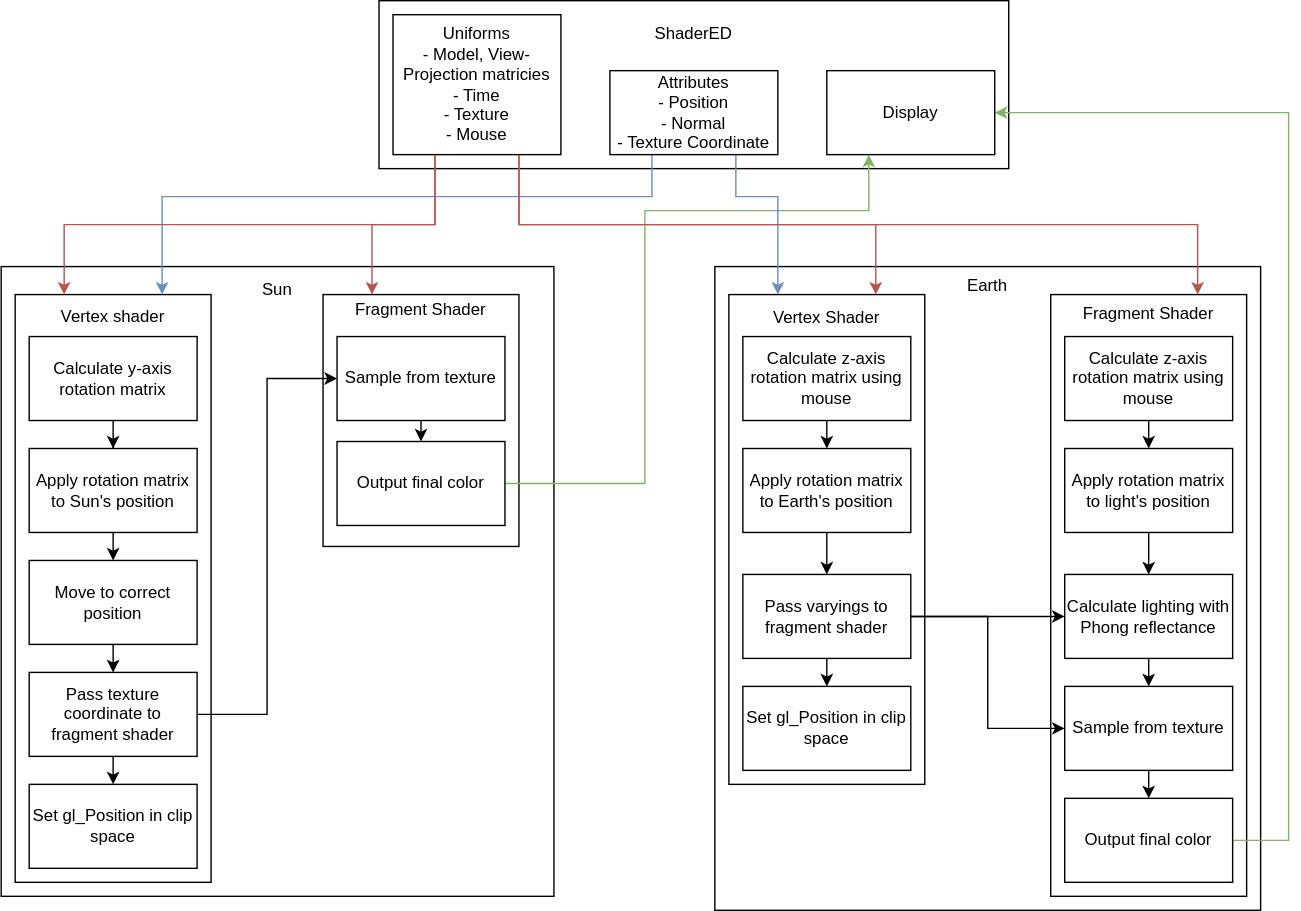
Rogamn/GPR-200 keeps this draw.io diagram as Final/UML.svg. Above is the earlier version. Source tidied: cells renumbered, new cells last; positions are measured from the earlier drawing's top-left corner, leaving out a move shared by most shapes.
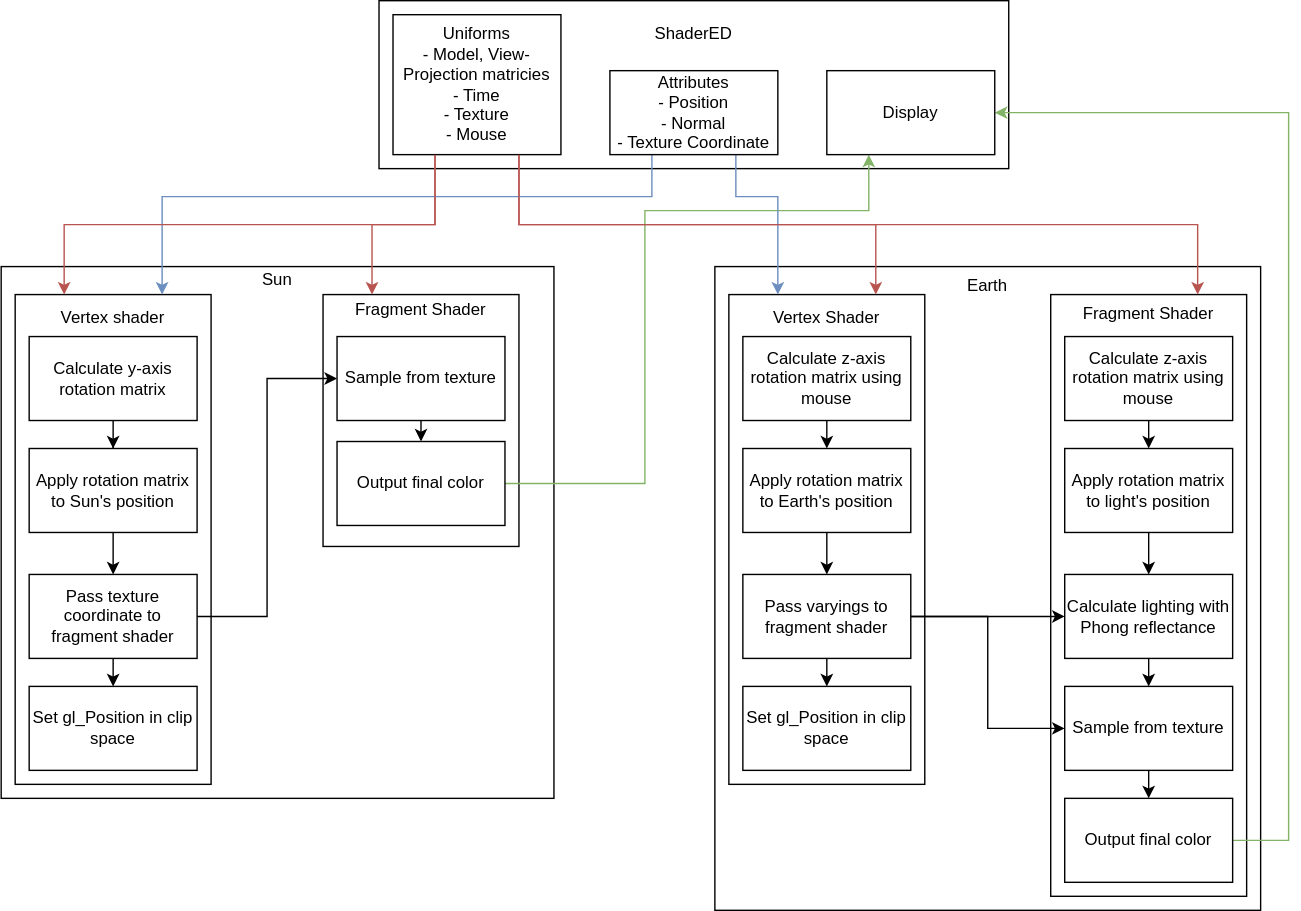
The same diagram one commit later.

What changed in the source:
```diff
@@ -2,11 +2,11 @@
   <root>
     <mxCell id="0" />
     <mxCell id="1" parent="0" />
-    <mxCell id="2" value="&lt;div&gt;Sun&lt;/div&gt;&lt;div&gt;&lt;br&gt;&lt;/div&gt;&lt;div&gt;&lt;br&gt;&lt;/div&gt;&lt;div&gt;&lt;br&gt;&lt;/div&gt;&lt;div&gt;&lt;br&gt;&lt;/div&gt;&lt;div&gt;&lt;br&gt;&lt;/div&gt;&lt;div&gt;&lt;br&gt;&lt;/div&gt;&lt;div&gt;&lt;br&gt;&lt;/div&gt;&lt;div&gt;&lt;br&gt;&lt;/div&gt;&lt;div&gt;&lt;br&gt;&lt;/div&gt;&lt;div&gt;&lt;br&gt;&lt;/div&gt;&lt;div&gt;&lt;br&gt;&lt;/div&gt;&lt;div&gt;&lt;br&gt;&lt;/div&gt;&lt;div&gt;&lt;br&gt;&lt;/div&gt;&lt;div&gt;&lt;br&gt;&lt;/div&gt;&lt;div&gt;&lt;br&gt;&lt;/div&gt;&lt;div&gt;&lt;br&gt;&lt;/div&gt;&lt;div&gt;&lt;br&gt;&lt;/div&gt;&lt;div&gt;&lt;br&gt;&lt;/div&gt;&lt;div&gt;&lt;br&gt;&lt;/div&gt;&lt;div&gt;&lt;br&gt;&lt;/div&gt;&lt;div&gt;&lt;br&gt;&lt;/div&gt;&lt;div&gt;&lt;br&gt;&lt;/div&gt;&lt;div&gt;&lt;br&gt;&lt;/div&gt;&lt;div&gt;&lt;br&gt;&lt;/div&gt;&lt;div&gt;&lt;br&gt;&lt;/div&gt;&lt;div&gt;&lt;br&gt;&lt;/div&gt;&lt;div&gt;&lt;br&gt;&lt;/div&gt;&lt;div&gt;&lt;br&gt;&lt;/div&gt;&lt;div&gt;&lt;br&gt;&lt;/div&gt;" style="rounded=0;whiteSpace=wrap;html=1;" parent="1" vertex="1">
-      <mxGeometry y="190" width="395" height="450" as="geometry" />
+    <mxCell id="2" value="&lt;div&gt;Sun&lt;/div&gt;&lt;div&gt;&lt;br&gt;&lt;/div&gt;&lt;div&gt;&lt;br&gt;&lt;/div&gt;&lt;div&gt;&lt;br&gt;&lt;/div&gt;&lt;div&gt;&lt;br&gt;&lt;/div&gt;&lt;div&gt;&lt;br&gt;&lt;/div&gt;&lt;div&gt;&lt;br&gt;&lt;/div&gt;&lt;div&gt;&lt;br&gt;&lt;/div&gt;&lt;div&gt;&lt;br&gt;&lt;/div&gt;&lt;div&gt;&lt;br&gt;&lt;/div&gt;&lt;div&gt;&lt;br&gt;&lt;/div&gt;&lt;div&gt;&lt;br&gt;&lt;/div&gt;&lt;div&gt;&lt;br&gt;&lt;/div&gt;&lt;div&gt;&lt;br&gt;&lt;/div&gt;&lt;div&gt;&lt;br&gt;&lt;/div&gt;&lt;div&gt;&lt;br&gt;&lt;/div&gt;&lt;div&gt;&lt;br&gt;&lt;/div&gt;&lt;div&gt;&lt;br&gt;&lt;/div&gt;&lt;div&gt;&lt;br&gt;&lt;/div&gt;&lt;div&gt;&lt;br&gt;&lt;/div&gt;&lt;div&gt;&lt;br&gt;&lt;/div&gt;&lt;div&gt;&lt;br&gt;&lt;/div&gt;&lt;div&gt;&lt;br&gt;&lt;/div&gt;&lt;div&gt;&lt;br&gt;&lt;/div&gt;&lt;div&gt;&lt;br&gt;&lt;/div&gt;&lt;div&gt;&lt;br&gt;&lt;/div&gt;" style="rounded=0;whiteSpace=wrap;html=1;" parent="1" vertex="1">
+      <mxGeometry y="190" width="395" height="380" as="geometry" />
     </mxCell>
-    <mxCell id="3" value="&lt;div&gt;Vertex shader&lt;/div&gt;&lt;div&gt;&lt;br&gt;&lt;/div&gt;&lt;div&gt;&lt;br&gt;&lt;/div&gt;&lt;div&gt;&lt;br&gt;&lt;/div&gt;&lt;div&gt;&lt;br&gt;&lt;/div&gt;&lt;div&gt;&lt;br&gt;&lt;/div&gt;&lt;div&gt;&lt;br&gt;&lt;/div&gt;&lt;div&gt;&lt;br&gt;&lt;/div&gt;&lt;div&gt;&lt;br&gt;&lt;/div&gt;&lt;div&gt;&lt;br&gt;&lt;/div&gt;&lt;div&gt;&lt;br&gt;&lt;/div&gt;&lt;div&gt;&lt;br&gt;&lt;/div&gt;&lt;div&gt;&lt;br&gt;&lt;/div&gt;&lt;div&gt;&lt;br&gt;&lt;/div&gt;&lt;div&gt;&lt;br&gt;&lt;/div&gt;&lt;div&gt;&lt;br&gt;&lt;/div&gt;&lt;div&gt;&lt;br&gt;&lt;/div&gt;&lt;div&gt;&lt;br&gt;&lt;/div&gt;&lt;div&gt;&lt;br&gt;&lt;/div&gt;&lt;div&gt;&lt;br&gt;&lt;/div&gt;&lt;div&gt;&lt;br&gt;&lt;/div&gt;&lt;div&gt;&lt;br&gt;&lt;/div&gt;&lt;div&gt;&lt;br&gt;&lt;/div&gt;&lt;div&gt;&lt;br&gt;&lt;/div&gt;&lt;div&gt;&lt;br&gt;&lt;/div&gt;&lt;div&gt;&lt;br&gt;&lt;/div&gt;&lt;div&gt;&lt;br&gt;&lt;/div&gt;&lt;div&gt;&lt;br&gt;&lt;/div&gt;" style="rounded=0;whiteSpace=wrap;html=1;" parent="1" vertex="1">
-      <mxGeometry x="10" y="210" width="140" height="420" as="geometry" />
+    <mxCell id="3" value="&lt;div&gt;Vertex shader&lt;/div&gt;&lt;div&gt;&lt;br&gt;&lt;/div&gt;&lt;div&gt;&lt;br&gt;&lt;/div&gt;&lt;div&gt;&lt;br&gt;&lt;/div&gt;&lt;div&gt;&lt;br&gt;&lt;/div&gt;&lt;div&gt;&lt;br&gt;&lt;/div&gt;&lt;div&gt;&lt;br&gt;&lt;/div&gt;&lt;div&gt;&lt;br&gt;&lt;/div&gt;&lt;div&gt;&lt;br&gt;&lt;/div&gt;&lt;div&gt;&lt;br&gt;&lt;/div&gt;&lt;div&gt;&lt;br&gt;&lt;/div&gt;&lt;div&gt;&lt;br&gt;&lt;/div&gt;&lt;div&gt;&lt;br&gt;&lt;/div&gt;&lt;div&gt;&lt;br&gt;&lt;/div&gt;&lt;div&gt;&lt;br&gt;&lt;/div&gt;&lt;div&gt;&lt;br&gt;&lt;/div&gt;&lt;div&gt;&lt;br&gt;&lt;/div&gt;&lt;div&gt;&lt;br&gt;&lt;/div&gt;&lt;div&gt;&lt;br&gt;&lt;/div&gt;&lt;div&gt;&lt;br&gt;&lt;/div&gt;&lt;div&gt;&lt;br&gt;&lt;/div&gt;&lt;div&gt;&lt;br&gt;&lt;/div&gt;&lt;div&gt;&lt;br&gt;&lt;/div&gt;" style="rounded=0;whiteSpace=wrap;html=1;" parent="1" vertex="1">
+      <mxGeometry x="10" y="210" width="140" height="350" as="geometry" />
     </mxCell>
     <mxCell id="4" value="&lt;div&gt;ShaderED&lt;/div&gt;&lt;div&gt;&lt;br&gt;&lt;/div&gt;&lt;div&gt;&lt;br&gt;&lt;/div&gt;&lt;div&gt;&lt;br&gt;&lt;/div&gt;&lt;div&gt;&lt;br&gt;&lt;/div&gt;&lt;div&gt;&lt;br&gt;&lt;/div&gt;" style="rounded=0;whiteSpace=wrap;html=1;" parent="1" vertex="1">
       <mxGeometry x="270" width="450" height="120" as="geometry" />
@@ -20,9 +20,9 @@
     <mxCell id="7" value="Calculate y-axis rotation matrix" style="rounded=0;whiteSpace=wrap;html=1;" parent="1" vertex="1">
       <mxGeometry x="20" y="240" width="120" height="60" as="geometry" />
     </mxCell>
-    <mxCell id="8" style="edgeStyle=orthogonalEdgeStyle;rounded=0;jettySize=auto;html=1;exitX=0.5;exitY=1;exitDx=0;exitDy=0;entryX=0.5;entryY=0;entryDx=0;entryDy=0;" parent="1" edge="1" source="9" target="25">
-      <mxGeometry relative="1" as="geometry" />
-    </mxCell>
+    <mxCell id="51" style="edgeStyle=orthogonalEdgeStyle;rounded=0;jettySize=auto;html=1;exitX=0.5;exitY=1;exitDx=0;exitDy=0;entryX=0.5;entryY=0;entryDx=0;entryDy=0;" parent="1" edge="1" source="9" target="23">
+      <mxGeometry relative="1" as="geometry" />
+    </mxCell>
     <mxCell id="9" value="Apply rotation matrix to Sun's position" style="rounded=0;whiteSpace=wrap;html=1;" parent="1" vertex="1">
       <mxGeometry x="20" y="320" width="120" height="60" as="geometry" />
     </mxCell>
@@ -72,14 +72,8 @@
       <mxGeometry relative="1" as="geometry" />
     </mxCell>
     <mxCell id="23" value="Pass texture coordinate to fragment shader" style="rounded=0;whiteSpace=wrap;html=1;" parent="1" vertex="1">
-      <mxGeometry x="20" y="480" width="120" height="60" as="geometry" />
+      <mxGeometry x="20" y="410" width="120" height="60" as="geometry" />
     </mxCell>
-    <mxCell id="24" style="edgeStyle=orthogonalEdgeStyle;rounded=0;jettySize=auto;html=1;exitX=0.5;exitY=1;exitDx=0;exitDy=0;entryX=0.5;entryY=0;entryDx=0;entryDy=0;" parent="1" edge="1" source="25" target="23">
-      <mxGeometry relative="1" as="geometry" />
-    </mxCell>
-    <mxCell id="25" value="Move to correct position" style="rounded=0;whiteSpace=wrap;html=1;" parent="1" vertex="1">
-      <mxGeometry x="20" y="400" width="120" height="60" as="geometry" />
-    </mxCell>
     <mxCell id="26" style="edgeStyle=orthogonalEdgeStyle;rounded=0;jettySize=auto;html=1;exitX=0.5;exitY=1;exitDx=0;exitDy=0;entryX=0.5;entryY=0;entryDx=0;entryDy=0;" parent="1" edge="1" source="29" target="50">
       <mxGeometry relative="1" as="geometry" />
     </mxCell>
@@ -166,7 +160,7 @@
       <mxGeometry relative="1" as="geometry" />
     </mxCell>
     <mxCell id="49" value="Set gl_Position in clip space" style="rounded=0;whiteSpace=wrap;html=1;" parent="1" vertex="1">
-      <mxGeometry x="20" y="560" width="120" height="60" as="geometry" />
+      <mxGeometry x="20" y="490" width="120" height="60" as="geometry" />
     </mxCell>
     <mxCell id="50" value="Set gl_Position in clip space" style="rounded=0;whiteSpace=wrap;html=1;" parent="1" vertex="1">
       <mxGeometry x="530" y="490" width="120" height="60" as="geometry" />
```
